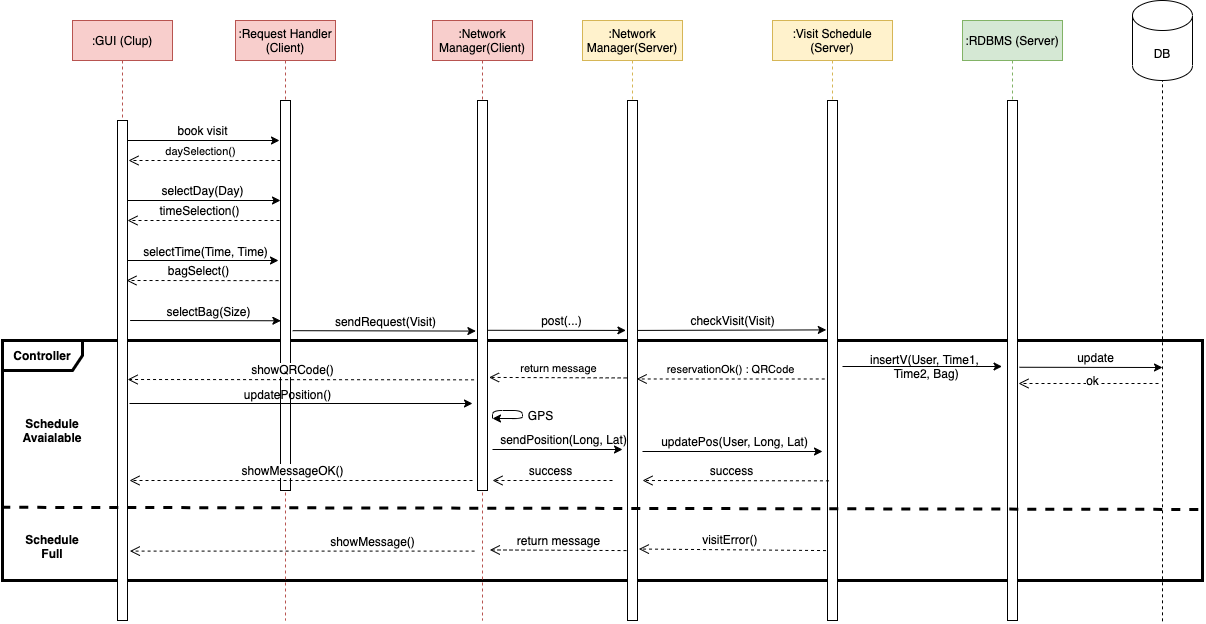
Before: documents/DD/diagrams/VisitSD.png, a diagram exported from draw.io (bresc19/SE2-project-RASD-DD). Source tidied: cells renumbered, new cells last; positions are measured from the earlier drawing's top-left corner, leaving out a move shared by most shapes.
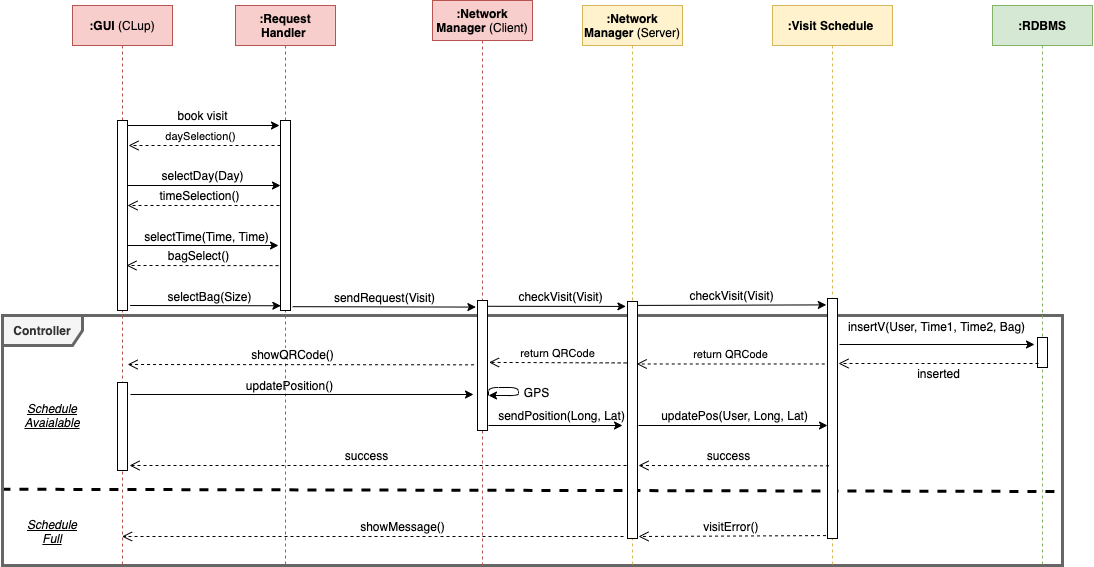
Above is the later version.

Change to the diagram source:
```diff
@@ -2,32 +2,38 @@
   <root>
     <mxCell id="0" />
     <mxCell id="1" parent="0" />
+    <mxCell id="41" style="endArrow=none;dashed=1;html=1;entryX=1;entryY=0.704;entryDx=0;entryDy=0;entryPerimeter=0;strokeWidth=3;exitX=-0.001;exitY=0.695;exitDx=0;exitDy=0;exitPerimeter=0;" parent="1" edge="1" source="2" target="2">
+      <mxGeometry relative="1" as="geometry" />
+    </mxCell>
-    <mxCell id="2" value="&lt;b&gt;Controller&lt;/b&gt;" style="shape=umlFrame;whiteSpace=wrap;html=1;width=80;height=30;strokeWidth=3;" parent="1" vertex="1">
-      <mxGeometry y="340" width="1200" height="240" as="geometry" />
+    <mxCell id="2" value="&lt;b&gt;Controller&lt;/b&gt;" style="shape=umlFrame;whiteSpace=wrap;html=1;width=80;height=30;strokeWidth=3;fillColor=#f5f5f5;strokeColor=#666666;fontColor=#333333;" parent="1" vertex="1">
+      <mxGeometry y="330" width="1060" height="250" as="geometry" />
     </mxCell>
-    <mxCell id="3" value=":GUI (Clup)" style="shape=umlLifeline;perimeter=lifelinePerimeter;whiteSpace=wrap;html=1;outlineConnect=0;fillColor=#f8cecc;strokeColor=#b85450;" parent="1" vertex="1">
-      <mxGeometry x="70" y="20" width="100" height="600" as="geometry" />
+    <mxCell id="3" value=":GUI &lt;span style=&quot;font-weight: normal&quot;&gt;(CLup)&lt;/span&gt;" style="shape=umlLifeline;perimeter=lifelinePerimeter;whiteSpace=wrap;html=1;outlineConnect=0;fillColor=#f8cecc;strokeColor=#b85450;fontStyle=1;" parent="1" vertex="1">
+      <mxGeometry x="70" y="20" width="100" height="560" as="geometry" />
     </mxCell>
     <mxCell id="4" style="html=1;perimeter=orthogonalPerimeter;" parent="3" vertex="1">
-      <mxGeometry x="45" y="100" width="10" height="500" as="geometry" />
+      <mxGeometry x="45" y="115" width="10" height="190" as="geometry" />
     </mxCell>
+    <mxCell id="59" style="html=1;perimeter=orthogonalPerimeter;" parent="3" vertex="1">
+      <mxGeometry x="45" y="377" width="10" height="88" as="geometry" />
+    </mxCell>
-    <mxCell id="5" value=":Network Manager(Client)" style="shape=umlLifeline;perimeter=lifelinePerimeter;whiteSpace=wrap;html=1;fillColor=#f8cecc;strokeColor=#b85450;" parent="1" vertex="1">
-      <mxGeometry x="430" y="20" width="100" height="600" as="geometry" />
+    <mxCell id="5" value=":Network Manager &lt;span style=&quot;font-weight: normal&quot;&gt;(Client)&lt;/span&gt;" style="shape=umlLifeline;perimeter=lifelinePerimeter;whiteSpace=wrap;html=1;fillColor=#f8cecc;strokeColor=#b85450;fontStyle=1;" parent="1" vertex="1">
+      <mxGeometry x="430" y="15" width="100" height="565" as="geometry" />
     </mxCell>
     <mxCell id="6" style="html=1;perimeter=orthogonalPerimeter;" parent="5" vertex="1">
-      <mxGeometry x="45" y="80" width="10" height="390" as="geometry" />
+      <mxGeometry x="45" y="300" width="10" height="130" as="geometry" />
     </mxCell>
-    <mxCell id="7" value=":Network Manager(Server)" style="shape=umlLifeline;perimeter=lifelinePerimeter;whiteSpace=wrap;html=1;fillColor=#fff2cc;strokeColor=#d6b656;" parent="1" vertex="1">
-      <mxGeometry x="580" y="20" width="100" height="600" as="geometry" />
+    <mxCell id="7" value=":Network Manager&amp;nbsp;&lt;span style=&quot;font-weight: normal&quot;&gt;(Server)&lt;/span&gt;" style="shape=umlLifeline;perimeter=lifelinePerimeter;whiteSpace=wrap;html=1;fillColor=#fff2cc;strokeColor=#d6b656;fontStyle=1;" parent="1" vertex="1">
+      <mxGeometry x="580" y="20" width="100" height="560" as="geometry" />
     </mxCell>
     <mxCell id="8" style="html=1;perimeter=orthogonalPerimeter;" parent="7" vertex="1">
-      <mxGeometry x="45" y="80" width="10" height="520" as="geometry" />
+      <mxGeometry x="45" y="296" width="10" height="237" as="geometry" />
     </mxCell>
-    <mxCell id="9" value=":Visit Schedule (Server)" style="shape=umlLifeline;perimeter=lifelinePerimeter;whiteSpace=wrap;html=1;fillColor=#fff2cc;strokeColor=#d6b656;" parent="1" vertex="1">
-      <mxGeometry x="770" y="20" width="120" height="600" as="geometry" />
+    <mxCell id="9" value=":Visit Schedule&amp;nbsp;" style="shape=umlLifeline;perimeter=lifelinePerimeter;whiteSpace=wrap;html=1;fillColor=#fff2cc;strokeColor=#d6b656;fontStyle=1;" parent="1" vertex="1">
+      <mxGeometry x="770" y="20" width="120" height="560" as="geometry" />
     </mxCell>
     <mxCell id="10" style="html=1;perimeter=orthogonalPerimeter;" parent="9" vertex="1">
-      <mxGeometry x="55" y="80" width="10" height="520" as="geometry" />
+      <mxGeometry x="55" y="293" width="10" height="240" as="geometry" />
     </mxCell>
     <mxCell id="11" style="endArrow=classic;html=1;" parent="1" edge="1">
       <mxGeometry relative="1" as="geometry">
@@ -35,42 +41,42 @@
         <mxPoint x="277" y="140" as="targetPoint" />
       </mxGeometry>
     </mxCell>
-    <mxCell id="12" value=":Request Handler (Client)" style="shape=umlLifeline;perimeter=lifelinePerimeter;whiteSpace=wrap;html=1;fillColor=#f8cecc;strokeColor=#b85450;" parent="1" vertex="1">
-      <mxGeometry x="233" y="20" width="100" height="600" as="geometry" />
+    <mxCell id="12" value=":Request Handler&amp;nbsp;" style="shape=umlLifeline;perimeter=lifelinePerimeter;whiteSpace=wrap;html=1;fillColor=#f8cecc;strokeColor=#b85450;fontStyle=1;" parent="1" vertex="1">
+      <mxGeometry x="233" y="20" width="100" height="560" as="geometry" />
     </mxCell>
     <mxCell id="13" style="html=1;perimeter=orthogonalPerimeter;" parent="12" vertex="1">
-      <mxGeometry x="45" y="80" width="10" height="390" as="geometry" />
+      <mxGeometry x="45" y="115" width="10" height="190" as="geometry" />
     </mxCell>
     <mxCell id="14" value="book visit" style="text;html=1;align=center;verticalAlign=middle;" parent="1" vertex="1">
       <mxGeometry x="165" y="120" width="70" height="20" as="geometry" />
     </mxCell>
-    <mxCell id="15" value="reservationOk() : QRCode" style="html=1;verticalAlign=bottom;endArrow=open;dashed=1;endSize=8;exitX=-0.276;exitY=0.174;exitDx=0;exitDy=0;exitPerimeter=0;entryX=0.914;entryY=0.174;entryDx=0;entryDy=0;entryPerimeter=0;" parent="1" edge="1">
+    <mxCell id="15" value="return QRCode" style="html=1;verticalAlign=bottom;endArrow=open;dashed=1;endSize=8;exitX=-0.276;exitY=0.174;exitDx=0;exitDy=0;exitPerimeter=0;entryX=0.914;entryY=0.174;entryDx=0;entryDy=0;entryPerimeter=0;" parent="1" edge="1">
       <mxGeometry relative="1" as="geometry">
         <mxPoint x="822.2" y="378.5" as="sourcePoint" />
         <mxPoint x="634.1" y="378.5" as="targetPoint" />
       </mxGeometry>
     </mxCell>
-    <mxCell id="16" value=":RDBMS&amp;nbsp;(Server)" style="shape=umlLifeline;perimeter=lifelinePerimeter;whiteSpace=wrap;html=1;fillColor=#d5e8d4;strokeColor=#82b366;" parent="1" vertex="1">
-      <mxGeometry x="960" y="20" width="100" height="600" as="geometry" />
+    <mxCell id="16" value=":RDBMS" style="shape=umlLifeline;perimeter=lifelinePerimeter;whiteSpace=wrap;html=1;fillColor=#d5e8d4;strokeColor=#82b366;fontStyle=1;" parent="1" vertex="1">
+      <mxGeometry x="990" y="20" width="100" height="560" as="geometry" />
     </mxCell>
     <mxCell id="17" style="html=1;perimeter=orthogonalPerimeter;" parent="16" vertex="1">
-      <mxGeometry x="45" y="80" width="10" height="520" as="geometry" />
+      <mxGeometry x="45" y="332" width="10" height="30" as="geometry" />
     </mxCell>
-    <mxCell id="18" value="&lt;b&gt;Schedule&lt;br&gt;Full&lt;/b&gt;" style="text;html=1;strokeColor=none;fillColor=none;align=center;verticalAlign=middle;whiteSpace=wrap;rounded=0;labelBackgroundColor=none;" parent="1" vertex="1">
+    <mxCell id="18" value="&lt;span&gt;Schedule&lt;br&gt;Full&lt;/span&gt;" style="text;html=1;strokeColor=none;fillColor=none;align=center;verticalAlign=middle;whiteSpace=wrap;rounded=0;labelBackgroundColor=none;fontStyle=6;" parent="1" vertex="1">
       <mxGeometry x="30" y="536" width="40" height="20" as="geometry" />
     </mxCell>
-    <mxCell id="19" style="endArrow=classic;html=1;entryX=-0.033;entryY=0.086;entryDx=0;entryDy=0;entryPerimeter=0;" parent="1" edge="1">
+    <mxCell id="19" style="endArrow=classic;html=1;" parent="1" edge="1">
       <mxGeometry relative="1" as="geometry">
-        <mxPoint x="840" y="366" as="sourcePoint" />
-        <mxPoint x="999.5" y="366" as="targetPoint" />
+        <mxPoint x="837" y="359" as="sourcePoint" />
+        <mxPoint x="1032" y="359" as="targetPoint" />
       </mxGeometry>
     </mxCell>
-    <mxCell id="20" value="&lt;span style=&quot;font-family: &amp;quot;helvetica&amp;quot; ; font-size: 12px&quot;&gt;insertV(User, Time1,&lt;br&gt;&amp;nbsp;Time2, Bag)&lt;/span&gt;" style="edgeLabel;html=1;align=center;verticalAlign=middle;labelBackgroundColor=none;" parent="19" vertex="1">
+    <mxCell id="20" value="&lt;span style=&quot;font-family: &amp;#34;helvetica&amp;#34; ; font-size: 12px&quot;&gt;insertV(User, Time1,&amp;nbsp;Time2, Bag)&lt;/span&gt;" style="edgeLabel;html=1;align=center;verticalAlign=middle;labelBackgroundColor=none;" parent="19" vertex="1">
       <mxGeometry x="-0.17" y="1" relative="1" as="geometry">
-        <mxPoint x="15.5" as="offset" />
+        <mxPoint x="15.5" y="-17.8" as="offset" />
       </mxGeometry>
     </mxCell>
-    <mxCell id="21" value="return message" style="html=1;verticalAlign=bottom;endArrow=open;dashed=1;endSize=8;exitX=-0.086;exitY=0.172;exitDx=0;exitDy=0;exitPerimeter=0;entryX=1.152;entryY=0.228;entryDx=0;entryDy=0;entryPerimeter=0;" parent="1" edge="1">
+    <mxCell id="21" value="return QRCode" style="html=1;verticalAlign=bottom;endArrow=open;dashed=1;endSize=8;exitX=-0.086;exitY=0.172;exitDx=0;exitDy=0;exitPerimeter=0;entryX=1.152;entryY=0.228;entryDx=0;entryDy=0;entryPerimeter=0;" parent="1" edge="1">
       <mxGeometry relative="1" as="geometry">
         <mxPoint x="624.1" y="377.4" as="sourcePoint" />
         <mxPoint x="486.5" y="376.9" as="targetPoint" />
@@ -82,41 +88,15 @@
         <mxPoint x="126" y="160" as="targetPoint" />
       </mxGeometry>
     </mxCell>
-    <mxCell id="23" style="endArrow=classic;html=1;exitX=1.2;exitY=0.263;exitDx=0;exitDy=0;exitPerimeter=0;" parent="1" edge="1">
-      <mxGeometry relative="1" as="geometry">
-        <mxPoint x="1017" y="366.8" as="sourcePoint" />
-        <mxPoint x="1160" y="367" as="targetPoint" />
-      </mxGeometry>
-    </mxCell>
-    <mxCell id="24" value="&lt;span style=&quot;font-family: &amp;#34;helvetica&amp;#34; ; font-size: 12px&quot;&gt;update&lt;/span&gt;" style="edgeLabel;html=1;align=center;verticalAlign=middle;labelBackgroundColor=none;" parent="23" vertex="1">
-      <mxGeometry x="-0.17" y="1" relative="1" as="geometry">
-        <mxPoint x="15.5" y="-9" as="offset" />
-      </mxGeometry>
-    </mxCell>
-    <mxCell id="25" value="DB" style="shape=cylinder3;whiteSpace=wrap;html=1;boundedLbl=1;backgroundOutline=1;size=15;labelBackgroundColor=none;" parent="1" vertex="1">
-      <mxGeometry x="1130" width="60" height="80" as="geometry" />
-    </mxCell>
-    <mxCell id="26" style="endArrow=none;dashed=1;html=1;entryX=0.5;entryY=1;entryDx=0;entryDy=0;entryPerimeter=0;" parent="1" edge="1" target="25">
-      <mxGeometry relative="1" as="geometry">
-        <mxPoint x="1160" y="620.8" as="sourcePoint" />
-      </mxGeometry>
-    </mxCell>
-    <mxCell id="27" value="&lt;font style=&quot;font-size: 12px&quot;&gt;visitError()&amp;nbsp;&lt;/font&gt;" style="html=1;verticalAlign=bottom;endArrow=open;dashed=1;endSize=8;exitX=-0.148;exitY=0.404;exitDx=0;exitDy=0;exitPerimeter=0;entryX=1.138;entryY=0.401;entryDx=0;entryDy=0;entryPerimeter=0;" parent="1" edge="1">
+    <mxCell id="27" value="&lt;font style=&quot;font-size: 12px&quot;&gt;visitError()&amp;nbsp;&lt;/font&gt;" style="html=1;verticalAlign=bottom;endArrow=open;dashed=1;endSize=8;exitX=-0.148;exitY=0.404;exitDx=0;exitDy=0;exitPerimeter=0;" parent="1" edge="1">
       <mxGeometry relative="1" as="geometry">
         <mxPoint x="823.5" y="550.1" as="sourcePoint" />
-        <mxPoint x="636.4" y="548.5" as="targetPoint" />
+        <mxPoint x="636" y="551" as="targetPoint" />
       </mxGeometry>
     </mxCell>
-    <mxCell id="28" value="&lt;font style=&quot;font-size: 12px&quot;&gt;return message&lt;/font&gt;" style="html=1;verticalAlign=bottom;endArrow=open;dashed=1;endSize=8;exitX=-0.1;exitY=0.404;exitDx=0;exitDy=0;exitPerimeter=0;entryX=1.233;entryY=0.537;entryDx=0;entryDy=0;entryPerimeter=0;" parent="1" edge="1">
-      <mxGeometry relative="1" as="geometry">
-        <mxPoint x="624" y="550.1" as="sourcePoint" />
-        <mxPoint x="487.3" y="549.4" as="targetPoint" />
-      </mxGeometry>
-    </mxCell>
-    <mxCell id="29" value="&lt;font style=&quot;font-size: 12px&quot;&gt;showMessage()&lt;/font&gt;" style="html=1;verticalAlign=bottom;endArrow=open;dashed=1;endSize=8;exitX=-0.29;exitY=0.54;exitDx=0;exitDy=0;exitPerimeter=0;entryX=1.233;entryY=0.405;entryDx=0;entryDy=0;entryPerimeter=0;" parent="1" edge="1">
-      <mxGeometry x="-0.41" relative="1" as="geometry">
-        <mxPoint x="472.1" y="550.6" as="sourcePoint" />
-        <mxPoint x="127.3" y="550.6" as="targetPoint" />
+    <mxCell id="29" value="&lt;font style=&quot;font-size: 12px&quot;&gt;showMessage()&lt;/font&gt;" style="html=1;verticalAlign=bottom;endArrow=open;dashed=1;endSize=8;" parent="1" edge="1" target="3">
+      <mxGeometry x="-0.12" relative="1" as="geometry">
+        <mxPoint x="621" y="551" as="sourcePoint" />
       </mxGeometry>
     </mxCell>
     <mxCell id="30" style="endArrow=classic;html=1;" parent="1" edge="1">
@@ -147,8 +127,8 @@
     </mxCell>
     <mxCell id="35" style="endArrow=classic;html=1;exitX=1.22;exitY=0.462;exitDx=0;exitDy=0;exitPerimeter=0;entryX=-0.16;entryY=0.463;entryDx=0;entryDy=0;entryPerimeter=0;" parent="1" edge="1">
       <mxGeometry relative="1" as="geometry">
-        <mxPoint x="290.2" y="330.2" as="sourcePoint" />
-        <mxPoint x="473.4" y="330.6" as="targetPoint" />
+        <mxPoint x="290.2" y="321.2" as="sourcePoint" />
+        <mxPoint x="473.4" y="321.6" as="targetPoint" />
       </mxGeometry>
     </mxCell>
     <mxCell id="36" value="&lt;span style=&quot;font-family: &amp;#34;helvetica&amp;#34; ; font-size: 12px&quot;&gt;sendRequest(Visit)&lt;/span&gt;" style="edgeLabel;html=1;align=center;verticalAlign=middle;labelBackgroundColor=none;" parent="35" vertex="1">
@@ -158,19 +138,19 @@
     </mxCell>
     <mxCell id="37" style="endArrow=classic;html=1;exitX=1.04;exitY=0.461;exitDx=0;exitDy=0;exitPerimeter=0;entryX=-0.16;entryY=0.346;entryDx=0;entryDy=0;entryPerimeter=0;" parent="1" edge="1">
       <mxGeometry relative="1" as="geometry">
-        <mxPoint x="485.4" y="329.8" as="sourcePoint" />
-        <mxPoint x="623.4" y="329.9" as="targetPoint" />
+        <mxPoint x="485.4" y="320.8" as="sourcePoint" />
+        <mxPoint x="623.4" y="320.9" as="targetPoint" />
       </mxGeometry>
     </mxCell>
-    <mxCell id="38" value="&lt;span style=&quot;font-family: &amp;#34;helvetica&amp;#34; ; font-size: 12px&quot;&gt;post(...)&lt;/span&gt;" style="edgeLabel;html=1;align=center;verticalAlign=middle;labelBackgroundColor=none;" parent="37" vertex="1">
+    <mxCell id="38" value="&lt;span style=&quot;font-family: &amp;#34;helvetica&amp;#34; ; font-size: 12px&quot;&gt;checkVisit(Visit)&lt;/span&gt;" style="edgeLabel;html=1;align=center;verticalAlign=middle;labelBackgroundColor=none;" parent="37" vertex="1">
       <mxGeometry x="-0.17" y="1" relative="1" as="geometry">
         <mxPoint x="15.5" y="-9" as="offset" />
       </mxGeometry>
     </mxCell>
     <mxCell id="39" style="endArrow=classic;html=1;exitX=1.04;exitY=0.346;exitDx=0;exitDy=0;exitPerimeter=0;entryX=-0.12;entryY=0.345;entryDx=0;entryDy=0;entryPerimeter=0;" parent="1" edge="1">
       <mxGeometry relative="1" as="geometry">
-        <mxPoint x="635.4" y="329.9" as="sourcePoint" />
-        <mxPoint x="823.8" y="329.4" as="targetPoint" />
+        <mxPoint x="635.4" y="319.9" as="sourcePoint" />
+        <mxPoint x="823.8" y="319.4" as="targetPoint" />
       </mxGeometry>
     </mxCell>
     <mxCell id="40" value="&lt;span style=&quot;font-family: &amp;#34;helvetica&amp;#34; ; font-size: 12px&quot;&gt;checkVisit(Visit)&lt;/span&gt;" style="edgeLabel;html=1;align=center;verticalAlign=middle;labelBackgroundColor=none;" parent="39" vertex="1">
@@ -178,10 +158,7 @@
         <mxPoint x="15.5" y="-9" as="offset" />
       </mxGeometry>
     </mxCell>
-    <mxCell id="41" style="endArrow=none;dashed=1;html=1;entryX=1;entryY=0.704;entryDx=0;entryDy=0;entryPerimeter=0;strokeWidth=3;exitX=-0.001;exitY=0.695;exitDx=0;exitDy=0;exitPerimeter=0;" parent="1" edge="1" source="2" target="2">
-      <mxGeometry relative="1" as="geometry" />
-    </mxCell>
-    <mxCell id="42" value="&lt;b&gt;Schedule&lt;br&gt;Avaialable&lt;/b&gt;" style="text;html=1;strokeColor=none;fillColor=none;align=center;verticalAlign=middle;whiteSpace=wrap;rounded=0;labelBackgroundColor=none;" parent="1" vertex="1">
+    <mxCell id="42" value="&lt;span&gt;Schedule&lt;br&gt;Avaialable&lt;/span&gt;" style="text;html=1;strokeColor=none;fillColor=none;align=center;verticalAlign=middle;whiteSpace=wrap;rounded=0;labelBackgroundColor=none;fontStyle=6;" parent="1" vertex="1">
       <mxGeometry x="30" y="420" width="40" height="20" as="geometry" />
     </mxCell>
     <mxCell id="43" value="&lt;font style=&quot;font-size: 12px&quot;&gt;bagSelect()&lt;/font&gt;" style="html=1;verticalAlign=bottom;endArrow=open;dashed=1;endSize=8;entryX=0.989;entryY=0.23;entryDx=0;entryDy=0;entryPerimeter=0;exitX=-0.103;exitY=0.307;exitDx=0;exitDy=0;exitPerimeter=0;" parent="1" edge="1">
@@ -207,16 +184,10 @@
         <mxPoint x="125.1" y="379" as="targetPoint" />
       </mxGeometry>
     </mxCell>
-    <mxCell id="47" value="&lt;font style=&quot;font-size: 12px&quot;&gt;ok&lt;/font&gt;" style="html=1;verticalAlign=bottom;endArrow=open;dashed=1;endSize=8;" parent="1" edge="1">
-      <mxGeometry x="-0.06" y="7" relative="1" as="geometry">
-        <mxPoint x="1156" y="383" as="sourcePoint" />
-        <mxPoint x="1016" y="383" as="targetPoint" />
-      </mxGeometry>
-    </mxCell>
     <mxCell id="48" style="endArrow=classic;html=1;" parent="1" edge="1">
       <mxGeometry relative="1" as="geometry">
-        <mxPoint x="127" y="403" as="sourcePoint" />
-        <mxPoint x="470" y="403" as="targetPoint" />
+        <mxPoint x="128" y="409" as="sourcePoint" />
+        <mxPoint x="471" y="409" as="targetPoint" />
       </mxGeometry>
     </mxCell>
     <mxCell id="49" value="&lt;span style=&quot;font-family: &amp;#34;helvetica&amp;#34; ; font-size: 12px&quot;&gt;updatePosition()&lt;/span&gt;" style="edgeLabel;html=1;align=center;verticalAlign=middle;labelBackgroundColor=none;" parent="48" vertex="1">
@@ -226,8 +197,8 @@
     </mxCell>
     <mxCell id="50" style="endArrow=classic;html=1;" parent="1" edge="1">
       <mxGeometry relative="1" as="geometry">
-        <mxPoint x="490" y="449" as="sourcePoint" />
-        <mxPoint x="620" y="449" as="targetPoint" />
+        <mxPoint x="486" y="440" as="sourcePoint" />
+        <mxPoint x="620" y="440" as="targetPoint" />
       </mxGeometry>
     </mxCell>
     <mxCell id="51" value="&lt;span style=&quot;font-family: &amp;#34;helvetica&amp;#34; ; font-size: 12px&quot;&gt;sendPosition(Long, Lat)&lt;/span&gt;" style="edgeLabel;html=1;align=center;verticalAlign=middle;labelBackgroundColor=none;" parent="50" vertex="1">
@@ -237,12 +208,12 @@
     </mxCell>
     <mxCell id="52" style="endArrow=classic;html=1;" parent="1" edge="1">
       <mxGeometry relative="1" as="geometry">
-        <mxPoint x="490" y="418" as="sourcePoint" />
-        <mxPoint x="490" y="418" as="targetPoint" />
+        <mxPoint x="486" y="410" as="sourcePoint" />
+        <mxPoint x="486" y="410" as="targetPoint" />
         <Array as="points">
-          <mxPoint x="490" y="410" />
-          <mxPoint x="520" y="410" />
-          <mxPoint x="520" y="418" />
+          <mxPoint x="486" y="402" />
+          <mxPoint x="516" y="402" />
+          <mxPoint x="516" y="410" />
         </Array>
       </mxGeometry>
     </mxCell>
@@ -253,8 +224,8 @@
     </mxCell>
     <mxCell id="54" style="endArrow=classic;html=1;" parent="1" edge="1">
       <mxGeometry relative="1" as="geometry">
-        <mxPoint x="640" y="451" as="sourcePoint" />
-        <mxPoint x="820" y="451" as="targetPoint" />
+        <mxPoint x="636" y="440" as="sourcePoint" />
+        <mxPoint x="825" y="440" as="targetPoint" />
       </mxGeometry>
     </mxCell>
     <mxCell id="55" value="&lt;span style=&quot;font-family: &amp;#34;helvetica&amp;#34; ; font-size: 12px&quot;&gt;updatePos(User, Long, Lat)&lt;/span&gt;" style="edgeLabel;html=1;align=center;verticalAlign=middle;labelBackgroundColor=none;" parent="54" vertex="1">
@@ -265,20 +236,20 @@
     <mxCell id="56" value="&lt;font style=&quot;font-size: 12px&quot;&gt;success&lt;/font&gt;" style="html=1;verticalAlign=bottom;endArrow=open;dashed=1;endSize=8;exitX=-0.345;exitY=0.27;exitDx=0;exitDy=0;exitPerimeter=0;" parent="1" edge="1">
       <mxGeometry x="0.05" relative="1" as="geometry">
         <mxPoint x="826.4" y="480.3" as="sourcePoint" />
-        <mxPoint x="640" y="480" as="targetPoint" />
+        <mxPoint x="636" y="480" as="targetPoint" />
       </mxGeometry>
     </mxCell>
-    <mxCell id="57" value="&lt;font style=&quot;font-size: 12px&quot;&gt;success&lt;/font&gt;" style="html=1;verticalAlign=bottom;endArrow=open;dashed=1;endSize=8;" parent="1" edge="1">
-      <mxGeometry x="0.05" relative="1" as="geometry">
-        <mxPoint x="610" y="480" as="sourcePoint" />
-        <mxPoint x="490" y="480" as="targetPoint" />
-      </mxGeometry>
-    </mxCell>
-    <mxCell id="58" value="&lt;font style=&quot;font-size: 12px&quot;&gt;showMessageOK()&lt;/font&gt;" style="html=1;verticalAlign=bottom;endArrow=open;dashed=1;endSize=8;" parent="1" edge="1">
+    <mxCell id="58" value="&lt;font style=&quot;font-size: 12px&quot;&gt;success&lt;/font&gt;" style="html=1;verticalAlign=bottom;endArrow=open;dashed=1;endSize=8;" parent="1" edge="1">
       <mxGeometry x="0.05" relative="1" as="geometry">
-        <mxPoint x="470" y="480" as="sourcePoint" />
+        <mxPoint x="624" y="480" as="sourcePoint" />
         <mxPoint x="127" y="480" as="targetPoint" />
       </mxGeometry>
     </mxCell>
+    <mxCell id="60" value="&lt;font style=&quot;font-size: 12px&quot;&gt;inserted&lt;/font&gt;" style="html=1;verticalAlign=bottom;endArrow=open;dashed=1;endSize=8;" parent="1" edge="1">
+      <mxGeometry y="20" relative="1" as="geometry">
+        <mxPoint x="1036" y="378" as="sourcePoint" />
+        <mxPoint x="836" y="378" as="targetPoint" />
+      </mxGeometry>
+    </mxCell>
   </root>
 </mxGraphModel>
```
